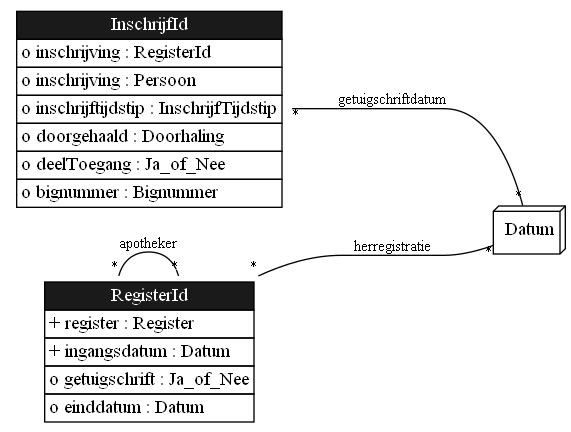
This is docs/images/RelationsInPatternApotheker.png from gedelaar/BIG, a Graphviz export, as it was before one commit. Its source is kept beside it as docs/images/RelationsInPatternApotheker.gv.
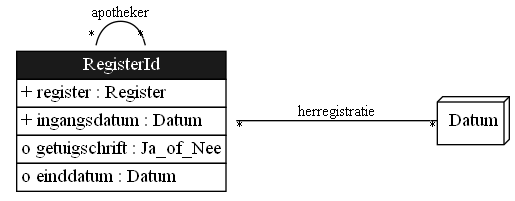
The same diagram one commit later.

Change to the diagram source:
```diff
@@ -6,16 +6,6 @@
 	edge [fontsize=11,
 		minlen=4
 	];
-	InschrijfId	[color=purple,
-		label=<<TABLE BGCOLOR="white" COLOR="black" BORDER="0" CELLBORDER="1" CELLSPACING="0"><TR><TD BGCOLOR="gray10" COLOR="black"><FONT COLOR="white">InschrijfId</FONT></TD></TR><TR><TD ALIGN="LEFT" PORT="inschrijving">o inschrijving : RegisterId</TD></TR><TR><TD ALIGN="LEFT" PORT="inschrijving">o inschrijving : Persoon</TD></TR><TR><TD ALIGN="LEFT" PORT="inschrijftijdstip">o inschrijftijdstip : InschrijfTijdstip</TD></TR><TR><TD ALIGN="LEFT" PORT="doorgehaald">o doorgehaald : Doorhaling</TD></TR><TR><TD ALIGN="LEFT" PORT="deelToegang">o deelToegang : Ja_of_Nee</TD></TR><TR><TD ALIGN="LEFT" PORT="bignummer">o bignummer : Bignummer</TD></TR></TABLE>>,
-		shape=plaintext];
-	Datum	[label=Datum,
-		shape=box3d];
-	InschrijfId:getuigschriftdatum -> Datum	[arrowhead=onone,
-		headlabel="*",
-		label=getuigschriftdatum,
-		labelfloat=true,
-		taillabel="*"];
 	RegisterId	[color=purple,
 		label=<<TABLE BGCOLOR="white" COLOR="black" BORDER="0" CELLBORDER="1" CELLSPACING="0"><TR><TD BGCOLOR="gray10" COLOR="black"><FONT COLOR="white">RegisterId</FONT></TD></TR><TR><TD ALIGN="LEFT" PORT="register">+ register : Register</TD></TR><TR><TD ALIGN="LEFT" PORT="ingangsdatum">+ ingangsdatum : Datum</TD></TR><TR><TD ALIGN="LEFT" PORT="getuigschrift">o getuigschrift : Ja_of_Nee</TD></TR><TR><TD ALIGN="LEFT" PORT="einddatum">o einddatum : Datum</TD></TR></TABLE>>,
 		shape=plaintext];
@@ -24,6 +14,8 @@
 		label=apotheker,
 		labelfloat=true,
 		taillabel="*"];
+	Datum	[label=Datum,
+		shape=box3d];
 	RegisterId:herregistratie -> Datum	[arrowhead=onone,
 		headlabel="*",
 		label=herregistratie,
```
